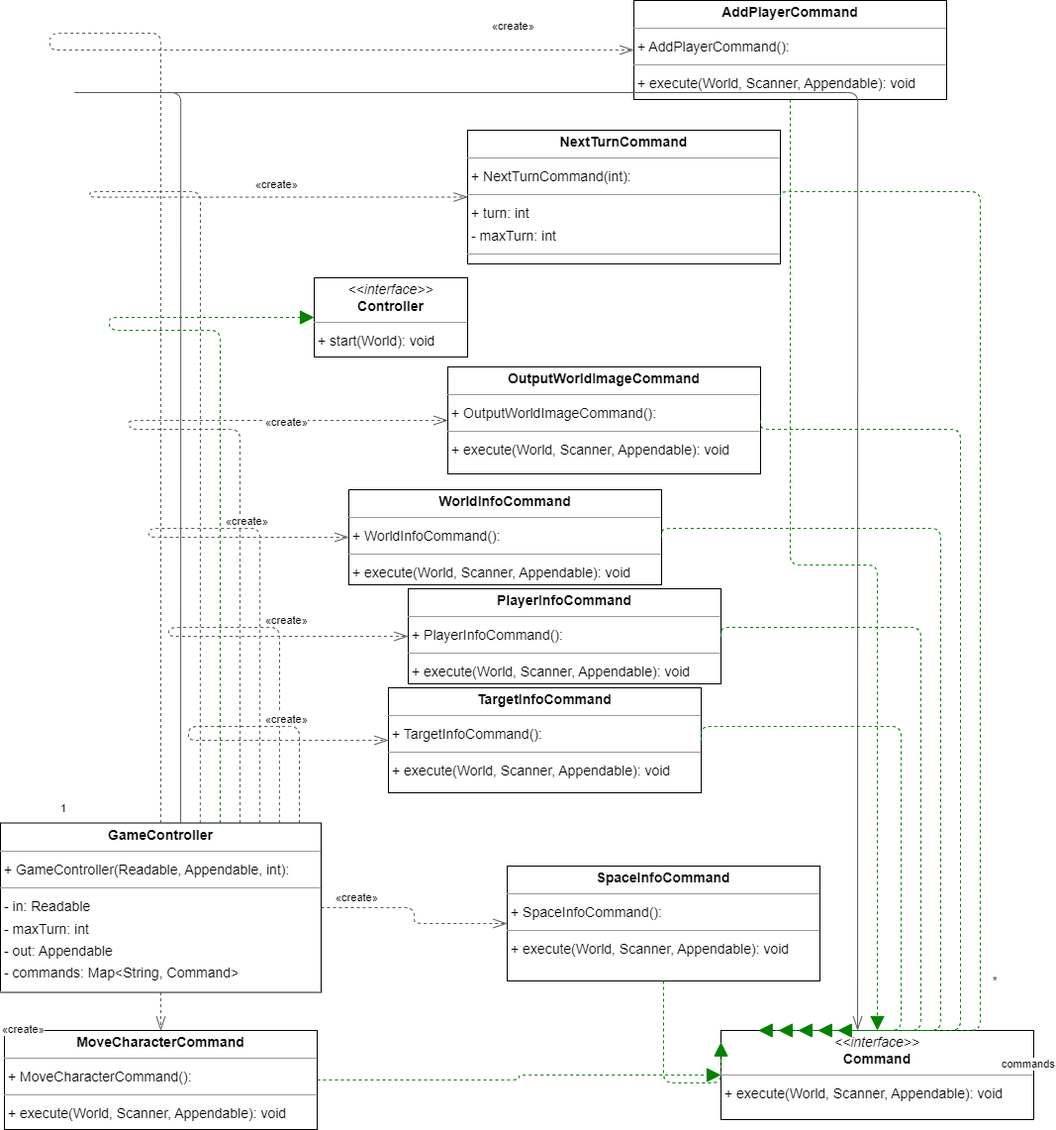
This is res/CONTROLLER.png from edwardzhang415-163/-Doctor-Lucky-series-of-games, a draw.io export, as it was before one commit. Source tidied: cells renumbered, new cells last; positions are measured from the earlier drawing's top-left corner, leaving out a move shared by most shapes.
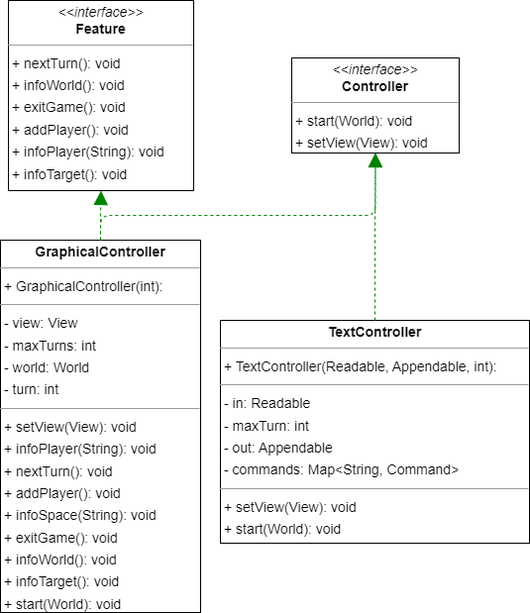
The same diagram one commit later.

The edit, as a diff of the source:
```diff
@@ -2,182 +2,31 @@
   <root>
     <mxCell id="0" />
     <mxCell id="1" parent="0" />
+    <mxCell id="5" value="&lt;p style=&quot;margin:0px;margin-top:4px;text-align:center;&quot;&gt;&lt;i&gt;&amp;lt;&amp;lt;interface&amp;gt;&amp;gt;&lt;/i&gt;&lt;br/&gt;&lt;b&gt;Controller&lt;/b&gt;&lt;/p&gt;&lt;hr size=&quot;1&quot;/&gt;&lt;p style=&quot;margin:0 0 0 4px;line-height:1.6;&quot;&gt;+ start(World): void&lt;br/&gt;+ setView(View): void&lt;/p&gt;" style="verticalAlign=top;align=left;overflow=fill;fontSize=14;fontFamily=Helvetica;html=1;rounded=0;shadow=0;comic=0;labelBackgroundColor=none;strokeWidth=1;" parent="1" vertex="1">
+      <mxGeometry x="188" y="-40" width="169" height="96" as="geometry" />
+    </mxCell>
-    <mxCell id="2" value="&lt;p style=&quot;margin:0px;margin-top:4px;text-align:center;&quot;&gt;&lt;b&gt;AddPlayerCommand&lt;/b&gt;&lt;/p&gt;&lt;hr size=&quot;1&quot;/&gt;&lt;p style=&quot;margin:0 0 0 4px;line-height:1.6;&quot;&gt;+ AddPlayerCommand(): &lt;/p&gt;&lt;hr size=&quot;1&quot;/&gt;&lt;p style=&quot;margin:0 0 0 4px;line-height:1.6;&quot;&gt;+ execute(World, Scanner, Appendable): void&lt;/p&gt;" style="verticalAlign=top;align=left;overflow=fill;fontSize=14;fontFamily=Helvetica;html=1;rounded=0;shadow=0;comic=0;labelBackgroundColor=none;strokeWidth=1;" parent="1" vertex="1">
-      <mxGeometry x="640" width="316" height="100" as="geometry" />
+    <mxCell id="2" value="&lt;p style=&quot;margin:0px;margin-top:4px;text-align:center;&quot;&gt;&lt;i&gt;&amp;lt;&amp;lt;interface&amp;gt;&amp;gt;&lt;/i&gt;&lt;br/&gt;&lt;b&gt;Feature&lt;/b&gt;&lt;/p&gt;&lt;hr size=&quot;1&quot;/&gt;&lt;p style=&quot;margin:0 0 0 4px;line-height:1.6;&quot;&gt;+ nextTurn(): void&lt;br/&gt;+ infoWorld(): void&lt;br/&gt;+ exitGame(): void&lt;br/&gt;+ addPlayer(): void&lt;br/&gt;+ infoPlayer(String): void&lt;br/&gt;+ infoTarget(): void&lt;br/&gt;+ infoSpace(String): void&lt;/p&gt;" style="verticalAlign=top;align=left;overflow=fill;fontSize=14;fontFamily=Helvetica;html=1;rounded=0;shadow=0;comic=0;labelBackgroundColor=none;strokeWidth=1;" parent="1" vertex="1">
+      <mxGeometry x="-98" y="-98" width="187" height="192" as="geometry" />
     </mxCell>
-    <mxCell id="3" value="&lt;p style=&quot;margin:0px;margin-top:4px;text-align:center;&quot;&gt;&lt;i&gt;&amp;lt;&amp;lt;interface&amp;gt;&amp;gt;&lt;/i&gt;&lt;br/&gt;&lt;b&gt;Command&lt;/b&gt;&lt;/p&gt;&lt;hr size=&quot;1&quot;/&gt;&lt;p style=&quot;margin:0 0 0 4px;line-height:1.6;&quot;&gt;+ execute(World, Scanner, Appendable): void&lt;/p&gt;" style="verticalAlign=top;align=left;overflow=fill;fontSize=14;fontFamily=Helvetica;html=1;rounded=0;shadow=0;comic=0;labelBackgroundColor=none;strokeWidth=1;" parent="1" vertex="1">
-      <mxGeometry x="728" y="1040" width="316" height="90" as="geometry" />
-    </mxCell>
+    <mxCell id="10" value="&lt;p style=&quot;margin:0px;margin-top:4px;text-align:center;&quot;&gt;&lt;b&gt;GraphicalController&lt;/b&gt;&lt;/p&gt;&lt;hr size=&quot;1&quot;/&gt;&lt;p style=&quot;margin:0 0 0 4px;line-height:1.6;&quot;&gt;+ GraphicalController(int): &lt;/p&gt;&lt;hr size=&quot;1&quot;/&gt;&lt;p style=&quot;margin:0 0 0 4px;line-height:1.6;&quot;&gt;- view: View&lt;br/&gt;- maxTurns: int&lt;br/&gt;- world: World&lt;br/&gt;- turn: int&lt;/p&gt;&lt;hr size=&quot;1&quot;/&gt;&lt;p style=&quot;margin:0 0 0 4px;line-height:1.6;&quot;&gt;+ setView(View): void&lt;br/&gt;+ infoPlayer(String): void&lt;br/&gt;+ nextTurn(): void&lt;br/&gt;+ addPlayer(): void&lt;br/&gt;+ infoSpace(String): void&lt;br/&gt;+ exitGame(): void&lt;br/&gt;+ infoWorld(): void&lt;br/&gt;+ infoTarget(): void&lt;br/&gt;+ start(World): void&lt;/p&gt;" style="verticalAlign=top;align=left;overflow=fill;fontSize=14;fontFamily=Helvetica;html=1;rounded=0;shadow=0;comic=0;labelBackgroundColor=none;strokeWidth=1;" parent="1" vertex="1">
+      <mxGeometry x="-106" y="144" width="202" height="376" as="geometry" />
+    </mxCell>
-    <mxCell id="4" value="&lt;p style=&quot;margin:0px;margin-top:4px;text-align:center;&quot;&gt;&lt;i&gt;&amp;lt;&amp;lt;interface&amp;gt;&amp;gt;&lt;/i&gt;&lt;br/&gt;&lt;b&gt;Controller&lt;/b&gt;&lt;/p&gt;&lt;hr size=&quot;1&quot;/&gt;&lt;p style=&quot;margin:0 0 0 4px;line-height:1.6;&quot;&gt;+ start(World): void&lt;/p&gt;" style="verticalAlign=top;align=left;overflow=fill;fontSize=14;fontFamily=Helvetica;html=1;rounded=0;shadow=0;comic=0;labelBackgroundColor=none;strokeWidth=1;" parent="1" vertex="1">
-      <mxGeometry x="317" y="280" width="155" height="80" as="geometry" />
+    <mxCell id="4" value="&lt;p style=&quot;margin:0px;margin-top:4px;text-align:center;&quot;&gt;&lt;b&gt;TextController&lt;/b&gt;&lt;/p&gt;&lt;hr size=&quot;1&quot;/&gt;&lt;p style=&quot;margin:0 0 0 4px;line-height:1.6;&quot;&gt;+ TextController(Readable, Appendable, int): &lt;/p&gt;&lt;hr size=&quot;1&quot;/&gt;&lt;p style=&quot;margin:0 0 0 4px;line-height:1.6;&quot;&gt;- in: Readable&lt;br/&gt;- maxTurn: int&lt;br/&gt;- out: Appendable&lt;br/&gt;- commands: Map&amp;lt;String, Command&amp;gt;&lt;/p&gt;&lt;hr size=&quot;1&quot;/&gt;&lt;p style=&quot;margin:0 0 0 4px;line-height:1.6;&quot;&gt;+ setView(View): void&lt;br/&gt;+ start(World): void&lt;/p&gt;" style="verticalAlign=top;align=left;overflow=fill;fontSize=14;fontFamily=Helvetica;html=1;rounded=0;shadow=0;comic=0;labelBackgroundColor=none;strokeWidth=1;" parent="1" vertex="1">
+      <mxGeometry x="116" y="225" width="312" height="225" as="geometry" />
     </mxCell>
-    <mxCell id="5" value="&lt;p style=&quot;margin:0px;margin-top:4px;text-align:center;&quot;&gt;&lt;b&gt;GameController&lt;/b&gt;&lt;/p&gt;&lt;hr size=&quot;1&quot;/&gt;&lt;p style=&quot;margin:0 0 0 4px;line-height:1.6;&quot;&gt;+ GameController(Readable, Appendable, int): &lt;/p&gt;&lt;hr size=&quot;1&quot;/&gt;&lt;p style=&quot;margin:0 0 0 4px;line-height:1.6;&quot;&gt;- in: Readable&lt;br/&gt;- maxTurn: int&lt;br/&gt;- out: Appendable&lt;br/&gt;- commands: Map&amp;lt;String, Command&amp;gt;&lt;/p&gt;&lt;hr size=&quot;1&quot;/&gt;&lt;p style=&quot;margin:0 0 0 4px;line-height:1.6;&quot;&gt;+ start(World): void&lt;/p&gt;" style="verticalAlign=top;align=left;overflow=fill;fontSize=14;fontFamily=Helvetica;html=1;rounded=0;shadow=0;comic=0;labelBackgroundColor=none;strokeWidth=1;" parent="1" vertex="1">
-      <mxGeometry y="830.5" width="324" height="171" as="geometry" />
-    </mxCell>
-    <mxCell id="6" value="&lt;p style=&quot;margin:0px;margin-top:4px;text-align:center;&quot;&gt;&lt;b&gt;MoveCharacterCommand&lt;/b&gt;&lt;/p&gt;&lt;hr size=&quot;1&quot;/&gt;&lt;p style=&quot;margin:0 0 0 4px;line-height:1.6;&quot;&gt;+ MoveCharacterCommand(): &lt;/p&gt;&lt;hr size=&quot;1&quot;/&gt;&lt;p style=&quot;margin:0 0 0 4px;line-height:1.6;&quot;&gt;+ execute(World, Scanner, Appendable): void&lt;/p&gt;" style="verticalAlign=top;align=left;overflow=fill;fontSize=14;fontFamily=Helvetica;html=1;rounded=0;shadow=0;comic=0;labelBackgroundColor=none;strokeWidth=1;" parent="1" vertex="1">
-      <mxGeometry x="4" y="1040" width="316" height="100" as="geometry" />
-    </mxCell>
-    <mxCell id="7" value="&lt;p style=&quot;margin:0px;margin-top:4px;text-align:center;&quot;&gt;&lt;b&gt;NextTurnCommand&lt;/b&gt;&lt;/p&gt;&lt;hr size=&quot;1&quot;/&gt;&lt;p style=&quot;margin:0 0 0 4px;line-height:1.6;&quot;&gt;+ NextTurnCommand(int): &lt;/p&gt;&lt;hr size=&quot;1&quot;/&gt;&lt;p style=&quot;margin:0 0 0 4px;line-height:1.6;&quot;&gt;+ turn: int&lt;br/&gt;- maxTurn: int&lt;/p&gt;&lt;hr size=&quot;1&quot;/&gt;&lt;p style=&quot;margin:0 0 0 4px;line-height:1.6;&quot;&gt;+ execute(World, Scanner, Appendable): void&lt;/p&gt;" style="verticalAlign=top;align=left;overflow=fill;fontSize=14;fontFamily=Helvetica;html=1;rounded=0;shadow=0;comic=0;labelBackgroundColor=none;strokeWidth=1;" parent="1" vertex="1">
-      <mxGeometry x="472" y="131" width="316" height="135" as="geometry" />
-    </mxCell>
-    <mxCell id="8" value="&lt;p style=&quot;margin:0px;margin-top:4px;text-align:center;&quot;&gt;&lt;b&gt;OutputWorldImageCommand&lt;/b&gt;&lt;/p&gt;&lt;hr size=&quot;1&quot;/&gt;&lt;p style=&quot;margin:0 0 0 4px;line-height:1.6;&quot;&gt;+ OutputWorldImageCommand(): &lt;/p&gt;&lt;hr size=&quot;1&quot;/&gt;&lt;p style=&quot;margin:0 0 0 4px;line-height:1.6;&quot;&gt;+ execute(World, Scanner, Appendable): void&lt;/p&gt;" style="verticalAlign=top;align=left;overflow=fill;fontSize=14;fontFamily=Helvetica;html=1;rounded=0;shadow=0;comic=0;labelBackgroundColor=none;strokeWidth=1;" parent="1" vertex="1">
-      <mxGeometry x="452" y="370" width="316" height="108" as="geometry" />
-    </mxCell>
-    <mxCell id="9" value="&lt;p style=&quot;margin:0px;margin-top:4px;text-align:center;&quot;&gt;&lt;b&gt;PlayerInfoCommand&lt;/b&gt;&lt;/p&gt;&lt;hr size=&quot;1&quot;/&gt;&lt;p style=&quot;margin:0 0 0 4px;line-height:1.6;&quot;&gt;+ PlayerInfoCommand(): &lt;/p&gt;&lt;hr size=&quot;1&quot;/&gt;&lt;p style=&quot;margin:0 0 0 4px;line-height:1.6;&quot;&gt;+ execute(World, Scanner, Appendable): void&lt;/p&gt;" style="verticalAlign=top;align=left;overflow=fill;fontSize=14;fontFamily=Helvetica;html=1;rounded=0;shadow=0;comic=0;labelBackgroundColor=none;strokeWidth=1;" parent="1" vertex="1">
-      <mxGeometry x="412" y="594" width="316" height="96" as="geometry" />
-    </mxCell>
-    <mxCell id="10" value="&lt;p style=&quot;margin:0px;margin-top:4px;text-align:center;&quot;&gt;&lt;b&gt;SpaceInfoCommand&lt;/b&gt;&lt;/p&gt;&lt;hr size=&quot;1&quot;/&gt;&lt;p style=&quot;margin:0 0 0 4px;line-height:1.6;&quot;&gt;+ SpaceInfoCommand(): &lt;/p&gt;&lt;hr size=&quot;1&quot;/&gt;&lt;p style=&quot;margin:0 0 0 4px;line-height:1.6;&quot;&gt;+ execute(World, Scanner, Appendable): void&lt;/p&gt;" style="verticalAlign=top;align=left;overflow=fill;fontSize=14;fontFamily=Helvetica;html=1;rounded=0;shadow=0;comic=0;labelBackgroundColor=none;strokeWidth=1;" parent="1" vertex="1">
-      <mxGeometry x="512" y="874" width="316" height="116" as="geometry" />
-    </mxCell>
-    <mxCell id="11" value="&lt;p style=&quot;margin:0px;margin-top:4px;text-align:center;&quot;&gt;&lt;b&gt;TargetInfoCommand&lt;/b&gt;&lt;/p&gt;&lt;hr size=&quot;1&quot;/&gt;&lt;p style=&quot;margin:0 0 0 4px;line-height:1.6;&quot;&gt;+ TargetInfoCommand(): &lt;/p&gt;&lt;hr size=&quot;1&quot;/&gt;&lt;p style=&quot;margin:0 0 0 4px;line-height:1.6;&quot;&gt;+ execute(World, Scanner, Appendable): void&lt;/p&gt;" style="verticalAlign=top;align=left;overflow=fill;fontSize=14;fontFamily=Helvetica;html=1;rounded=0;shadow=0;comic=0;labelBackgroundColor=none;strokeWidth=1;" parent="1" vertex="1">
-      <mxGeometry x="392" y="694" width="316" height="106" as="geometry" />
-    </mxCell>
-    <mxCell id="12" value="&lt;p style=&quot;margin:0px;margin-top:4px;text-align:center;&quot;&gt;&lt;b&gt;WorldInfoCommand&lt;/b&gt;&lt;/p&gt;&lt;hr size=&quot;1&quot;/&gt;&lt;p style=&quot;margin:0 0 0 4px;line-height:1.6;&quot;&gt;+ WorldInfoCommand(): &lt;/p&gt;&lt;hr size=&quot;1&quot;/&gt;&lt;p style=&quot;margin:0 0 0 4px;line-height:1.6;&quot;&gt;+ execute(World, Scanner, Appendable): void&lt;/p&gt;" style="verticalAlign=top;align=left;overflow=fill;fontSize=14;fontFamily=Helvetica;html=1;rounded=0;shadow=0;comic=0;labelBackgroundColor=none;strokeWidth=1;" parent="1" vertex="1">
-      <mxGeometry x="352" y="494" width="316" height="96" as="geometry" />
-    </mxCell>
+    <mxCell id="20" style="html=1;rounded=1;edgeStyle=orthogonalEdgeStyle;dashed=1;startArrow=none;endArrow=block;endSize=12;strokeColor=#008200;exitX=0.500;exitY=0.000;exitDx=0;exitDy=0;entryX=0.500;entryY=1.001;entryDx=0;entryDy=0;" parent="1" edge="1" source="10" target="5">
+      <mxGeometry relative="1" as="geometry">
+        <Array as="points">
+          <mxPoint x="-5" y="119" />
+          <mxPoint x="272" y="119" />
+        </Array>
+      </mxGeometry>
+    </mxCell>
+    <mxCell id="38" style="html=1;rounded=1;edgeStyle=orthogonalEdgeStyle;dashed=1;startArrow=none;endArrow=block;endSize=12;strokeColor=#008200;exitX=0.500;exitY=0.000;exitDx=0;exitDy=0;entryX=0.500;entryY=1.000;entryDx=0;entryDy=0;" parent="1" edge="1" source="10" target="2">
+      <mxGeometry relative="1" as="geometry" />
+    </mxCell>
-    <mxCell id="13" style="html=1;rounded=1;edgeStyle=orthogonalEdgeStyle;dashed=1;startArrow=none;endArrow=block;endSize=12;strokeColor=#008200;exitX=0.500;exitY=1.000;exitDx=0;exitDy=0;entryX=0.500;entryY=0.001;entryDx=0;entryDy=0;" parent="1" edge="1" source="2" target="3">
+    <mxCell id="13" style="html=1;rounded=1;edgeStyle=orthogonalEdgeStyle;dashed=1;startArrow=none;endArrow=block;endSize=12;strokeColor=#008200;exitX=0.500;exitY=0.000;exitDx=0;exitDy=0;entryX=0.500;entryY=1.001;entryDx=0;entryDy=0;" parent="1" edge="1" source="4" target="5">
       <mxGeometry relative="1" as="geometry" />
     </mxCell>
-    <mxCell id="14" style="html=1;rounded=1;edgeStyle=orthogonalEdgeStyle;dashed=1;startArrow=none;endArrow=openThin;endSize=12;strokeColor=#595959;exitX=0.500;exitY=0.000;exitDx=0;exitDy=0;entryX=0.000;entryY=0.500;entryDx=0;entryDy=0;" parent="1" edge="1" source="5" target="2">
-      <mxGeometry relative="1" as="geometry">
-        <Array as="points">
-          <mxPoint x="50" y="33" />
-        </Array>
-      </mxGeometry>
-    </mxCell>
-    <mxCell id="15" value="«create»" style="edgeLabel;html=1;align=left;verticalAlign=top;strokeColor=default;" parent="14" vertex="1">
-      <mxGeometry x="445" y="-67" as="geometry" />
-    </mxCell>
-    <mxCell id="16" style="html=1;rounded=1;edgeStyle=orthogonalEdgeStyle;dashed=0;startArrow=diamondThinstartSize=12;endArrow=openThin;endSize=12;strokeColor=#595959;exitX=0.562;exitY=0.000;exitDx=0;exitDy=0;entryX=0.437;entryY=0.001;entryDx=0;entryDy=0;" parent="1" edge="1" source="5" target="3">
-      <mxGeometry relative="1" as="geometry">
-        <Array as="points">
-          <mxPoint x="70" y="93" />
-          <mxPoint x="1010" y="93" />
-        </Array>
-      </mxGeometry>
-    </mxCell>
-    <mxCell id="17" value="1" style="edgeLabel;html=1;align=left;verticalAlign=top;strokeColor=default;" parent="16" vertex="1">
-      <mxGeometry x="9" y="723" as="geometry" />
-    </mxCell>
-    <mxCell id="18" value="*" style="edgeLabel;html=1;align=left;verticalAlign=top;strokeColor=default;" parent="16" vertex="1">
-      <mxGeometry x="951" y="897" as="geometry" />
-    </mxCell>
-    <mxCell id="19" value="commands" style="edgeLabel;html=1;align=left;verticalAlign=top;strokeColor=default;" parent="16" vertex="1">
-      <mxGeometry x="960" y="981" as="geometry" />
-    </mxCell>
-    <mxCell id="20" style="html=1;rounded=1;edgeStyle=orthogonalEdgeStyle;dashed=1;startArrow=none;endArrow=block;endSize=12;strokeColor=#008200;exitX=0.685;exitY=0.000;exitDx=0;exitDy=0;entryX=0.000;entryY=0.500;entryDx=0;entryDy=0;" parent="1" edge="1" source="5" target="4">
-      <mxGeometry relative="1" as="geometry">
-        <Array as="points">
-          <mxPoint x="110" y="333" />
-        </Array>
-      </mxGeometry>
-    </mxCell>
-    <mxCell id="21" style="html=1;rounded=1;edgeStyle=orthogonalEdgeStyle;dashed=1;startArrow=none;endArrow=openThin;endSize=12;strokeColor=#595959;exitX=0.500;exitY=1.000;exitDx=0;exitDy=0;entryX=0.500;entryY=0.000;entryDx=0;entryDy=0;" parent="1" edge="1" source="5" target="6">
-      <mxGeometry relative="1" as="geometry" />
-    </mxCell>
-    <mxCell id="22" value="«create»" style="edgeLabel;html=1;align=left;verticalAlign=top;strokeColor=default;" parent="21" vertex="1">
-      <mxGeometry x="-50" y="946" as="geometry" />
-    </mxCell>
-    <mxCell id="23" style="html=1;rounded=1;edgeStyle=orthogonalEdgeStyle;dashed=1;startArrow=none;endArrow=openThin;endSize=12;strokeColor=#595959;exitX=0.623;exitY=0.000;exitDx=0;exitDy=0;entryX=0.000;entryY=0.500;entryDx=0;entryDy=0;" parent="1" edge="1" source="5" target="7">
-      <mxGeometry relative="1" as="geometry">
-        <Array as="points">
-          <mxPoint x="90" y="193" />
-        </Array>
-      </mxGeometry>
-    </mxCell>
-    <mxCell id="24" value="«create»" style="edgeLabel;html=1;align=left;verticalAlign=top;strokeColor=default;" parent="23" vertex="1">
-      <mxGeometry x="206" y="93" as="geometry" />
-    </mxCell>
-    <mxCell id="25" style="html=1;rounded=1;edgeStyle=orthogonalEdgeStyle;dashed=1;startArrow=none;endArrow=openThin;endSize=12;strokeColor=#595959;exitX=0.747;exitY=0.000;exitDx=0;exitDy=0;entryX=0.000;entryY=0.500;entryDx=0;entryDy=0;" parent="1" edge="1" source="5" target="8">
-      <mxGeometry relative="1" as="geometry">
-        <Array as="points">
-          <mxPoint x="130" y="433" />
-        </Array>
-      </mxGeometry>
-    </mxCell>
-    <mxCell id="26" value="«create»" style="edgeLabel;html=1;align=left;verticalAlign=top;strokeColor=default;" parent="25" vertex="1">
-      <mxGeometry x="216" y="333" as="geometry" />
-    </mxCell>
-    <mxCell id="27" style="html=1;rounded=1;edgeStyle=orthogonalEdgeStyle;dashed=1;startArrow=none;endArrow=openThin;endSize=12;strokeColor=#595959;exitX=0.870;exitY=0.000;exitDx=0;exitDy=0;entryX=0.000;entryY=0.500;entryDx=0;entryDy=0;" parent="1" edge="1" source="5" target="9">
-      <mxGeometry relative="1" as="geometry">
-        <Array as="points">
-          <mxPoint x="170" y="633" />
-        </Array>
-      </mxGeometry>
-    </mxCell>
-    <mxCell id="28" value="«create»" style="edgeLabel;html=1;align=left;verticalAlign=top;strokeColor=default;" parent="27" vertex="1">
-      <mxGeometry x="216" y="533" as="geometry" />
-    </mxCell>
-    <mxCell id="29" style="html=1;rounded=1;edgeStyle=orthogonalEdgeStyle;dashed=1;startArrow=none;endArrow=openThin;endSize=12;strokeColor=#595959;exitX=1.000;exitY=0.500;exitDx=0;exitDy=0;entryX=0.000;entryY=0.500;entryDx=0;entryDy=0;" parent="1" edge="1" source="5" target="10">
-      <mxGeometry relative="1" as="geometry" />
-    </mxCell>
-    <mxCell id="30" value="«create»" style="edgeLabel;html=1;align=left;verticalAlign=top;strokeColor=default;" parent="29" vertex="1">
-      <mxGeometry x="287" y="813" as="geometry" />
-    </mxCell>
-    <mxCell id="31" style="html=1;rounded=1;edgeStyle=orthogonalEdgeStyle;dashed=1;startArrow=none;endArrow=openThin;endSize=12;strokeColor=#595959;exitX=0.932;exitY=0.000;exitDx=0;exitDy=0;entryX=0.000;entryY=0.500;entryDx=0;entryDy=0;" parent="1" edge="1" source="5" target="11">
-      <mxGeometry relative="1" as="geometry">
-        <Array as="points">
-          <mxPoint x="190" y="733" />
-        </Array>
-      </mxGeometry>
-    </mxCell>
-    <mxCell id="32" value="«create»" style="edgeLabel;html=1;align=left;verticalAlign=top;strokeColor=default;" parent="31" vertex="1">
-      <mxGeometry x="216" y="633" as="geometry" />
-    </mxCell>
-    <mxCell id="33" style="html=1;rounded=1;edgeStyle=orthogonalEdgeStyle;dashed=1;startArrow=none;endArrow=openThin;endSize=12;strokeColor=#595959;exitX=0.809;exitY=0.000;exitDx=0;exitDy=0;entryX=0.000;entryY=0.500;entryDx=0;entryDy=0;" parent="1" edge="1" source="5" target="12">
-      <mxGeometry relative="1" as="geometry">
-        <Array as="points">
-          <mxPoint x="150" y="533" />
-        </Array>
-      </mxGeometry>
-    </mxCell>
-    <mxCell id="34" value="«create»" style="edgeLabel;html=1;align=left;verticalAlign=top;strokeColor=default;" parent="33" vertex="1">
-      <mxGeometry x="176" y="433" as="geometry" />
-    </mxCell>
-    <mxCell id="35" style="html=1;rounded=1;edgeStyle=orthogonalEdgeStyle;dashed=1;startArrow=none;endArrow=block;endSize=12;strokeColor=#008200;exitX=1.000;exitY=0.500;exitDx=0;exitDy=0;entryX=0.000;entryY=0.500;entryDx=0;entryDy=0;" parent="1" edge="1" source="6" target="3">
-      <mxGeometry relative="1" as="geometry" />
-    </mxCell>
-    <mxCell id="36" style="html=1;rounded=1;edgeStyle=orthogonalEdgeStyle;dashed=1;startArrow=none;endArrow=block;endSize=12;strokeColor=#008200;exitX=1.000;exitY=0.500;exitDx=0;exitDy=0;entryX=0.373;entryY=0.001;entryDx=0;entryDy=0;" parent="1" edge="1" source="7" target="3">
-      <mxGeometry relative="1" as="geometry">
-        <Array as="points">
-          <mxPoint x="990" y="193" />
-        </Array>
-      </mxGeometry>
-    </mxCell>
-    <mxCell id="37" style="html=1;rounded=1;edgeStyle=orthogonalEdgeStyle;dashed=1;startArrow=none;endArrow=block;endSize=12;strokeColor=#008200;exitX=1.000;exitY=0.500;exitDx=0;exitDy=0;entryX=0.310;entryY=0.001;entryDx=0;entryDy=0;" parent="1" edge="1" source="8" target="3">
-      <mxGeometry relative="1" as="geometry">
-        <Array as="points">
-          <mxPoint x="970" y="433" />
-        </Array>
-      </mxGeometry>
-    </mxCell>
-    <mxCell id="38" style="html=1;rounded=1;edgeStyle=orthogonalEdgeStyle;dashed=1;startArrow=none;endArrow=block;endSize=12;strokeColor=#008200;exitX=1.000;exitY=0.500;exitDx=0;exitDy=0;entryX=0.184;entryY=0.001;entryDx=0;entryDy=0;" parent="1" edge="1" source="9" target="3">
-      <mxGeometry relative="1" as="geometry">
-        <Array as="points">
-          <mxPoint x="930" y="633" />
-        </Array>
-      </mxGeometry>
-    </mxCell>
-    <mxCell id="39" style="html=1;rounded=1;edgeStyle=orthogonalEdgeStyle;dashed=1;startArrow=none;endArrow=block;endSize=12;strokeColor=#008200;exitX=0.500;exitY=1.000;exitDx=0;exitDy=0;entryX=0.000;entryY=0.130;entryDx=0;entryDy=0;" parent="1" edge="1" source="10" target="3">
-      <mxGeometry relative="1" as="geometry">
-        <Array as="points">
-          <mxPoint x="670" y="1093" />
-        </Array>
-      </mxGeometry>
-    </mxCell>
-    <mxCell id="40" style="html=1;rounded=1;edgeStyle=orthogonalEdgeStyle;dashed=1;startArrow=none;endArrow=block;endSize=12;strokeColor=#008200;exitX=1.000;exitY=0.500;exitDx=0;exitDy=0;entryX=0.120;entryY=0.001;entryDx=0;entryDy=0;" parent="1" edge="1" source="11" target="3">
-      <mxGeometry relative="1" as="geometry">
-        <Array as="points">
-          <mxPoint x="910" y="733" />
-        </Array>
-      </mxGeometry>
-    </mxCell>
-    <mxCell id="41" style="html=1;rounded=1;edgeStyle=orthogonalEdgeStyle;dashed=1;startArrow=none;endArrow=block;endSize=12;strokeColor=#008200;exitX=1.000;exitY=0.500;exitDx=0;exitDy=0;entryX=0.247;entryY=0.001;entryDx=0;entryDy=0;" parent="1" edge="1" source="12" target="3">
-      <mxGeometry relative="1" as="geometry">
-        <Array as="points">
-          <mxPoint x="950" y="533" />
-        </Array>
-      </mxGeometry>
-    </mxCell>
   </root>
 </mxGraphModel>
```
